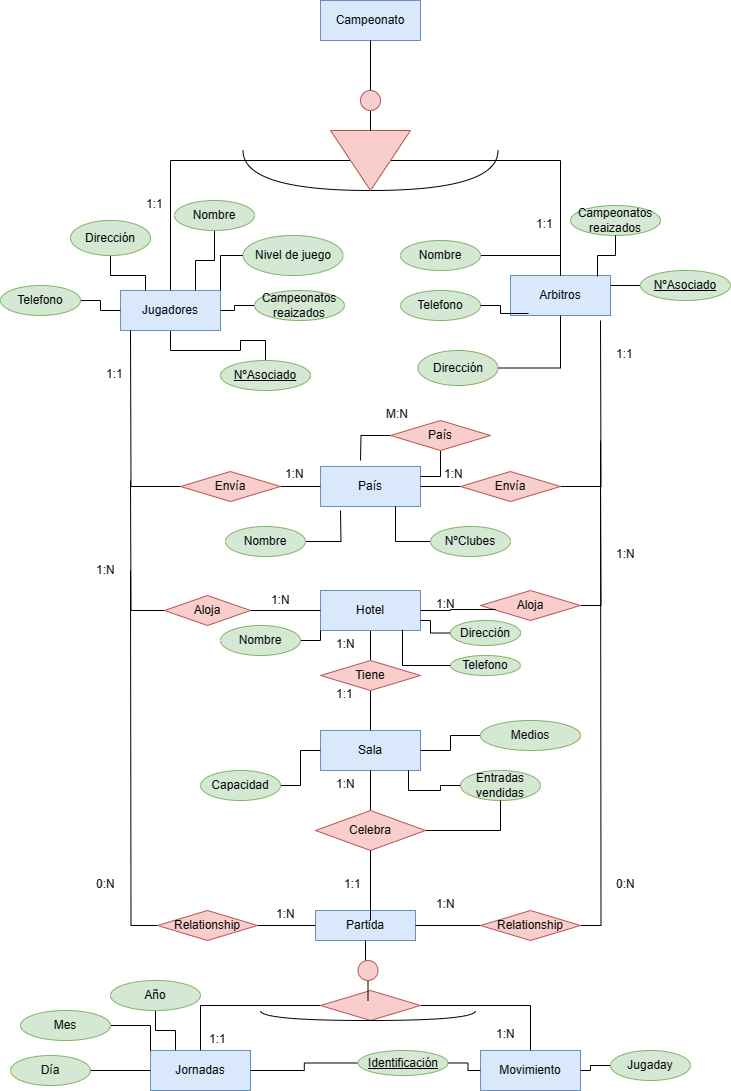
GgbGabrielGarcia/Base-Datos keeps this draw.io diagram as Unidad-1/Tareas/Tarea evaluable 2/Tarea evaluable 2.drawio.png. Above is the earlier version. Source tidied: cells renumbered, new cells last; positions are measured from the earlier drawing's top-left corner, leaving out a move shared by most shapes.
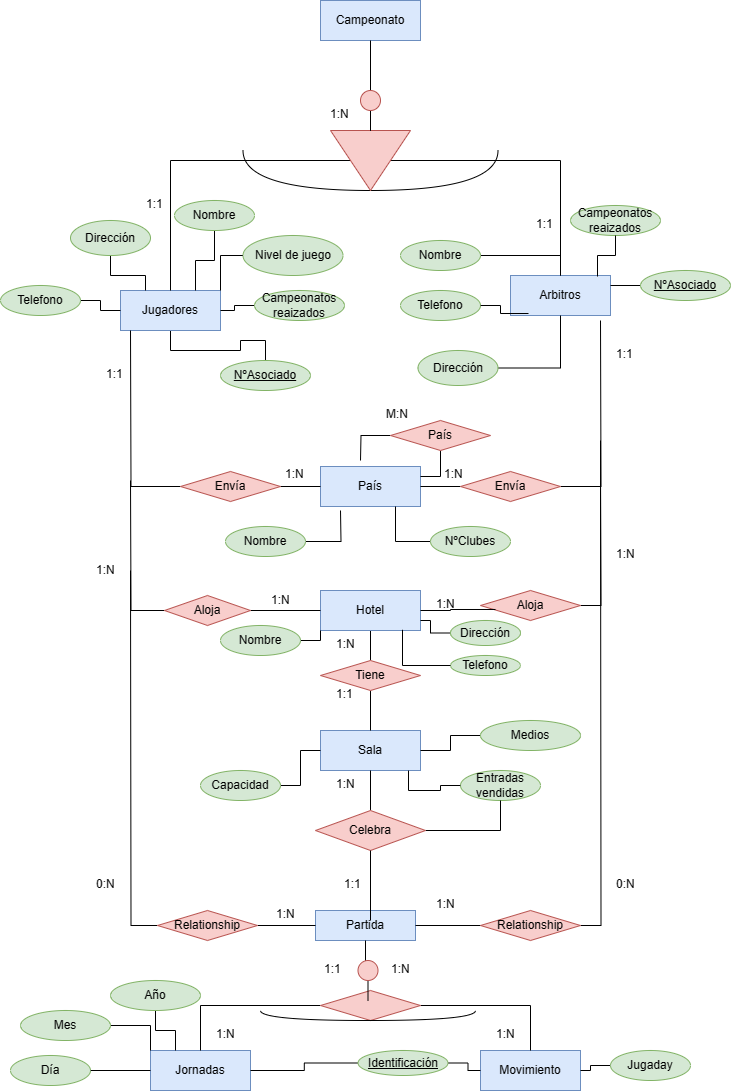
After the commit.

Diff of the diagram source:
```diff
@@ -361,10 +361,10 @@
       <mxGeometry x="337.5" y="870" width="40" height="30" as="geometry" />
     </mxCell>
     <mxCell id="116" value="1:1" style="text;strokeColor=none;fillColor=none;spacingLeft=4;spacingRight=4;overflow=hidden;fontSize=12;whiteSpace=wrap;html=1;" parent="1" vertex="1">
-      <mxGeometry x="202.5" y="1025" width="40" height="30" as="geometry" />
+      <mxGeometry x="317.5" y="955" width="40" height="30" as="geometry" />
     </mxCell>
     <mxCell id="117" value="1:N" style="text;strokeColor=none;fillColor=none;spacingLeft=4;spacingRight=4;overflow=hidden;fontSize=12;whiteSpace=wrap;html=1;" parent="1" vertex="1">
-      <mxGeometry x="490" y="1020" width="40" height="30" as="geometry" />
+      <mxGeometry x="210" y="1020" width="40" height="30" as="geometry" />
     </mxCell>
     <mxCell id="118" value="1:N" style="text;strokeColor=none;fillColor=none;spacingLeft=4;spacingRight=4;overflow=hidden;fontSize=12;whiteSpace=wrap;html=1;" parent="1" vertex="1">
       <mxGeometry x="265" y="586" width="40" height="30" as="geometry" />
@@ -378,5 +378,14 @@
     <mxCell id="121" value="1:N" style="text;strokeColor=none;fillColor=none;spacingLeft=4;spacingRight=4;overflow=hidden;fontSize=12;whiteSpace=wrap;html=1;" parent="1" vertex="1">
       <mxGeometry x="430" y="590" width="40" height="30" as="geometry" />
     </mxCell>
+    <mxCell id="122" value="1:N" style="text;strokeColor=none;fillColor=none;spacingLeft=4;spacingRight=4;overflow=hidden;fontSize=12;whiteSpace=wrap;html=1;" parent="1" vertex="1">
+      <mxGeometry x="324" y="100" width="40" height="30" as="geometry" />
+    </mxCell>
+    <mxCell id="123" value="1:N" style="text;strokeColor=none;fillColor=none;spacingLeft=4;spacingRight=4;overflow=hidden;fontSize=12;whiteSpace=wrap;html=1;" parent="1" vertex="1">
+      <mxGeometry x="385" y="955" width="40" height="30" as="geometry" />
+    </mxCell>
+    <mxCell id="124" value="1:N" style="text;strokeColor=none;fillColor=none;spacingLeft=4;spacingRight=4;overflow=hidden;fontSize=12;whiteSpace=wrap;html=1;" parent="1" vertex="1">
+      <mxGeometry x="490" y="1020" width="40" height="30" as="geometry" />
+    </mxCell>
   </root>
 </mxGraphModel>
```
